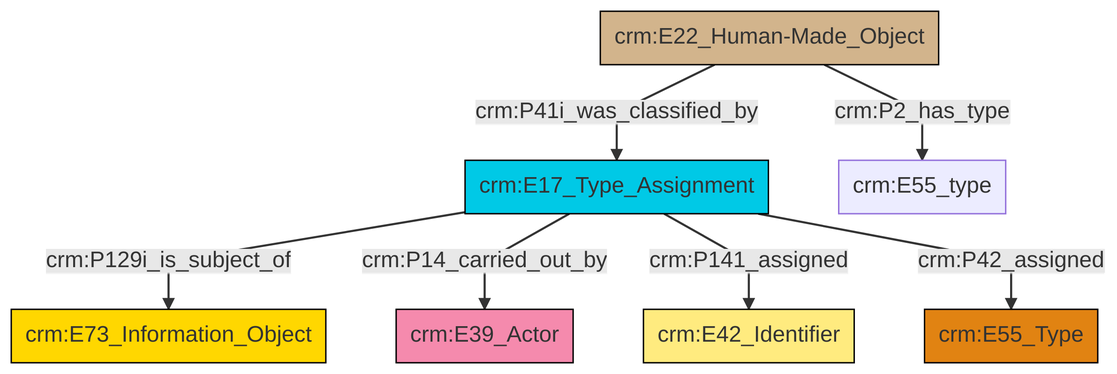
swiss-art-research-net/docs.swissartresearch keeps this Mermaid diagram as et/builtWorkCSV/ttl/mmd/png/Built_Work_designation_status.png. Above is the earlier version. Its source is kept beside it as et/builtWorkCSV/ttl/mmd/Built_Work_designation_status.ttl.mmd.
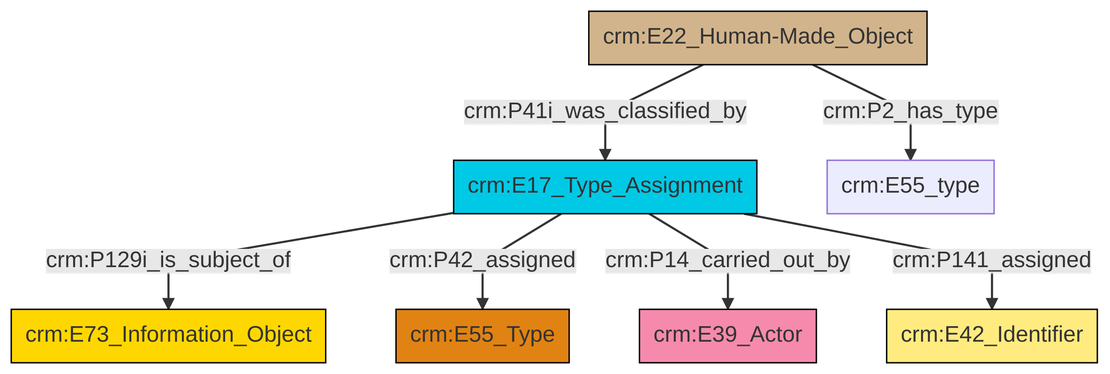
Above is the later version.

Diff of the diagram source:
```diff
@@ -13,9 +13,9 @@
 classDef PC_Classes fill:#4ce600, stroke:#000000;
 classDef Multi fill:#cccccc,stroke:#000000;
 
-4["crm:E17_Type_Assignment"]:::Temporal_Entity -->|crm:P129i_is_subject_of| 5["crm:E73_Information_Object"]:::Conceptual_Object
-4["crm:E17_Type_Assignment"]:::Temporal_Entity -->|crm:P14_carried_out_by| 8["crm:E39_Actor"]:::Actor
-2["crm:E22_Human-Made_Object"]:::Physical_Thing -->|crm:P41i_was_classified_by| 4["crm:E17_Type_Assignment"]:::Temporal_Entity
-2["crm:E22_Human-Made_Object"]:::Physical_Thing -->|crm:P2_has_type| 12["crm:E55_type"]:::Default
-4["crm:E17_Type_Assignment"]:::Temporal_Entity -->|crm:P141_assigned| 6["crm:E42_Identifier"]:::Appellation
-4["crm:E17_Type_Assignment"]:::Temporal_Entity -->|crm:P42_assigned| 0["crm:E55_Type"]:::Type
+0["crm:E17_Type_Assignment"]:::Temporal_Entity -->|crm:P129i_is_subject_of| 1["crm:E73_Information_Object"]:::Conceptual_Object
+0["crm:E17_Type_Assignment"]:::Temporal_Entity -->|crm:P42_assigned| 2["crm:E55_Type"]:::Type
+0["crm:E17_Type_Assignment"]:::Temporal_Entity -->|crm:P14_carried_out_by| 3["crm:E39_Actor"]:::Actor
+0["crm:E17_Type_Assignment"]:::Temporal_Entity -->|crm:P141_assigned| 4["crm:E42_Identifier"]:::Appellation
+9["crm:E22_Human-Made_Object"]:::Physical_Thing -->|crm:P41i_was_classified_by| 0["crm:E17_Type_Assignment"]:::Temporal_Entity
+9["crm:E22_Human-Made_Object"]:::Physical_Thing -->|crm:P2_has_type| 11["crm:E55_type"]:::Default
```
